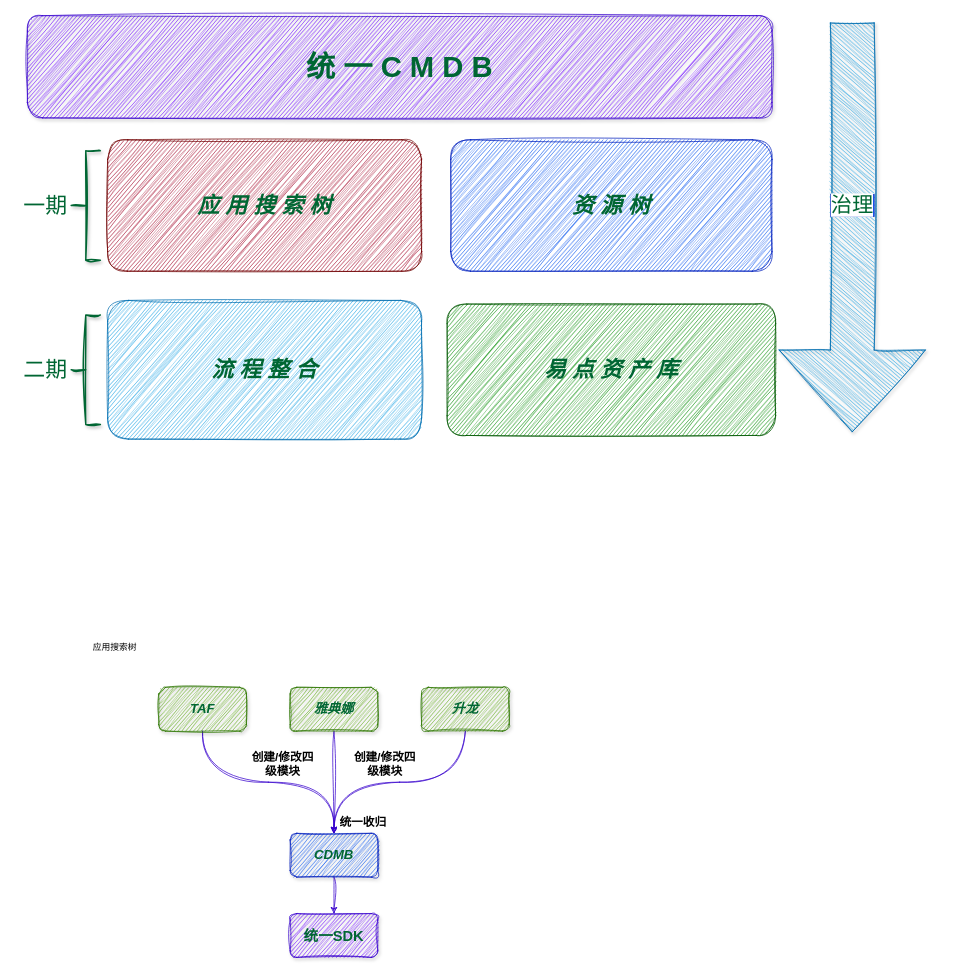
Before: 统一cmdb图.drawio in z7658329/my-utils, a draw.io diagram. Source tidied: cells renumbered, new cells numbered last; positions are measured from the earlier drawing's top-left corner, leaving out a move shared by most shapes. Both pictures are drawn from the tidied source at 73%, with x=0, y=0 at pixel (12, 15).
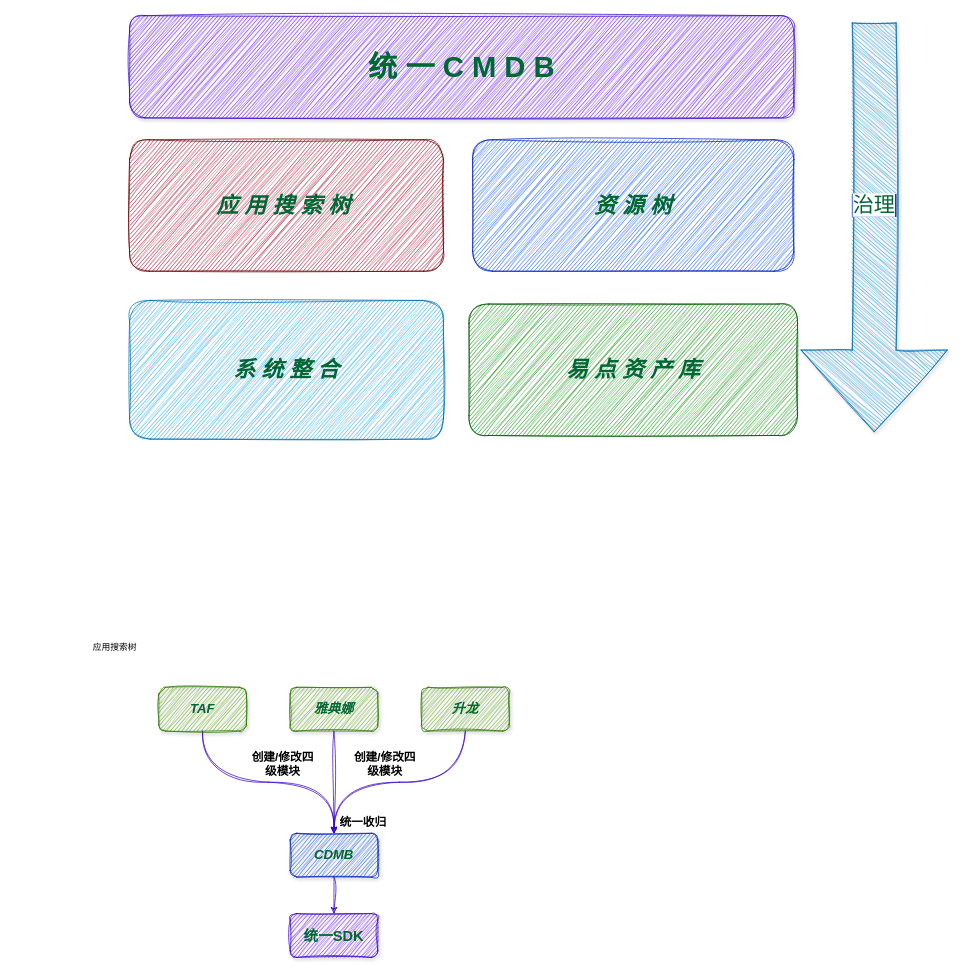
The same diagram, later.

Commit message:
更新统一cmdb图.drawio

The edit, as a diff of the source:
```diff
@@
     <mxCell id="2" value="&lt;b&gt;&lt;font style=&quot;color: rgb(0, 102, 51); font-size: 40px;&quot;&gt;统 一 C M D B&lt;/font&gt;&lt;/b&gt;" style="rounded=1;whiteSpace=wrap;html=1;fillColor=#6a00ff;strokeColor=#3700CC;shadow=1;sketch=1;curveFitting=1;jiggle=2;glass=0;fontColor=#ffffff;align=center;" parent="1" vertex="1">
-      <mxGeometry x="20" width="1020" height="140" as="geometry" />
+      <mxGeometry x="160" width="910" height="140" as="geometry" />
     </mxCell>
-    <mxCell id="3" value="&lt;font style=&quot;font-size: 30px; color: rgb(0, 102, 51);&quot;&gt;&lt;b&gt;&lt;i&gt;应 用 搜 索 树&lt;/i&gt;&lt;/b&gt;&lt;/font&gt;" style="rounded=1;whiteSpace=wrap;html=1;fillColor=#a20025;strokeColor=#6F0000;glass=0;sketch=1;curveFitting=1;jiggle=2;fontColor=#ffffff;" parent="1" vertex="1">
-      <mxGeometry x="130" y="170" width="430" height="180" as="geometry" />
+    <mxCell id="3" value="&lt;font style=&quot;font-size: 30px; color: rgb(0, 102, 51);&quot;&gt;&lt;b&gt;&lt;i&gt;应 用 搜 索 树&amp;nbsp;&lt;/i&gt;&lt;/b&gt;&lt;/font&gt;" style="rounded=1;whiteSpace=wrap;html=1;fillColor=#a20025;strokeColor=#6F0000;glass=0;sketch=1;curveFitting=1;jiggle=2;fontColor=#ffffff;" parent="1" vertex="1">
+      <mxGeometry x="160" y="170" width="430" height="180" as="geometry" />
     </mxCell>
     <mxCell id="4" value="&lt;font style=&quot;color: rgb(0, 102, 51);&quot;&gt;&lt;b&gt;&lt;i&gt;&lt;font style=&quot;font-size: 30px;&quot;&gt;资 源&amp;nbsp;&lt;/font&gt;&lt;font style=&quot;font-size: 30px;&quot;&gt;树&lt;/font&gt;&lt;/i&gt;&lt;/b&gt;&lt;/font&gt;" style="rounded=1;whiteSpace=wrap;html=1;fillColor=#0050ef;strokeColor=#001DBC;fontColor=#ffffff;shadow=0;sketch=1;curveFitting=1;jiggle=2;" parent="1" vertex="1">
-      <mxGeometry x="600" y="170" width="440" height="180" as="geometry" />
+      <mxGeometry x="630" y="170" width="440" height="180" as="geometry" />
     </mxCell>
     <mxCell id="5" value="&lt;b style=&quot;color: rgb(0, 102, 51); font-size: 30px;&quot;&gt;&lt;i&gt;易 点 资 产 库&lt;/i&gt;&lt;/b&gt;" style="rounded=1;whiteSpace=wrap;html=1;fillColor=#008a00;strokeColor=#005700;shadow=0;sketch=1;curveFitting=1;jiggle=2;fontColor=#ffffff;" parent="1" vertex="1">
-      <mxGeometry x="595" y="395" width="450" height="180" as="geometry" />
+      <mxGeometry x="625" y="395" width="450" height="180" as="geometry" />
     </mxCell>
-    <mxCell id="6" value="&lt;i style=&quot;color: rgb(0, 102, 51); font-size: 30px;&quot;&gt;&lt;b&gt;流 程 整 合&lt;/b&gt;&lt;/i&gt;" style="rounded=1;whiteSpace=wrap;html=1;fillColor=#1ba1e2;strokeColor=#006EAF;sketch=1;curveFitting=1;jiggle=2;fontColor=#ffffff;" parent="1" vertex="1">
-      <mxGeometry x="130" y="390" width="430" height="190" as="geometry" />
+    <mxCell id="6" value="&lt;i style=&quot;color: rgb(0, 102, 51); font-size: 30px;&quot;&gt;&lt;b&gt;系 统 整 合&lt;/b&gt;&lt;/i&gt;" style="rounded=1;whiteSpace=wrap;html=1;fillColor=#1ba1e2;strokeColor=#006EAF;sketch=1;curveFitting=1;jiggle=2;fontColor=#ffffff;" parent="1" vertex="1">
+      <mxGeometry x="160" y="390" width="430" height="190" as="geometry" />
     </mxCell>
     <mxCell id="7" style="shape=singleArrow;direction=south;whiteSpace=wrap;html=1;fillColor=#1ba1e2;strokeColor=#006EAF;fontColor=#ffffff;shadow=1;sketch=1;curveFitting=1;jiggle=2;" parent="1" vertex="1">
-      <mxGeometry x="1050" y="10" width="200" height="560" as="geometry" />
+      <mxGeometry x="1080" y="10" width="200" height="560" as="geometry" />
     </mxCell>
     <mxCell id="8" value="&lt;font style=&quot;font-size: 29px; color: rgb(0, 102, 51); background-color: light-dark(#ffffff, var(--ge-dark-color, #121212));&quot;&gt;治理&lt;/font&gt;" style="text;html=1;align=center;verticalAlign=middle;whiteSpace=wrap;rounded=0;fillColor=#0050ef;fontColor=#ffffff;strokeColor=#001DBC;" parent="1" vertex="1">
-      <mxGeometry x="1120" y="245" width="60" height="30" as="geometry" />
+      <mxGeometry x="1150" y="245" width="60" height="30" as="geometry" />
     </mxCell>
-    <mxCell id="9" style="strokeWidth=2;html=1;shape=mxgraph.flowchart.annotation_2;align=left;labelPosition=right;shadow=1;sketch=1;curveFitting=1;jiggle=2;strokeColor=#006633;" parent="1" vertex="1">
-      <mxGeometry x="80" y="185" width="40" height="150" as="geometry" />
-    </mxCell>
-    <mxCell id="10" value="&lt;font style=&quot;font-size: 30px; color: rgb(0, 102, 51);&quot;&gt;一期&lt;/font&gt;" style="text;html=1;align=center;verticalAlign=middle;whiteSpace=wrap;rounded=0;" parent="1" vertex="1">
-      <mxGeometry y="245" width="90" height="30" as="geometry" />
-    </mxCell>
-    <mxCell id="11" style="strokeWidth=2;html=1;shape=mxgraph.flowchart.annotation_2;align=left;labelPosition=right;shadow=1;sketch=1;curveFitting=1;jiggle=2;strokeColor=#006633;" parent="1" vertex="1">
-      <mxGeometry x="80" y="410" width="40" height="150" as="geometry" />
-    </mxCell>
-    <mxCell id="12" value="&lt;font style=&quot;font-size: 30px; color: rgb(0, 102, 51);&quot;&gt;二期&lt;/font&gt;" style="text;html=1;align=center;verticalAlign=middle;whiteSpace=wrap;rounded=0;" parent="1" vertex="1">
-      <mxGeometry y="470" width="90" height="30" as="geometry" />
-    </mxCell>
```
